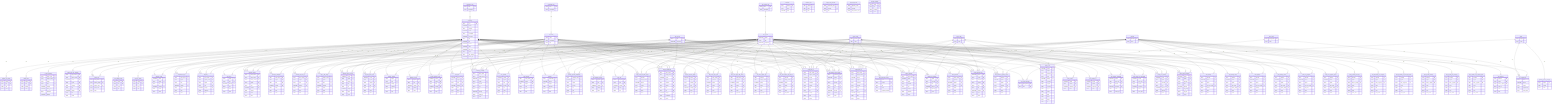
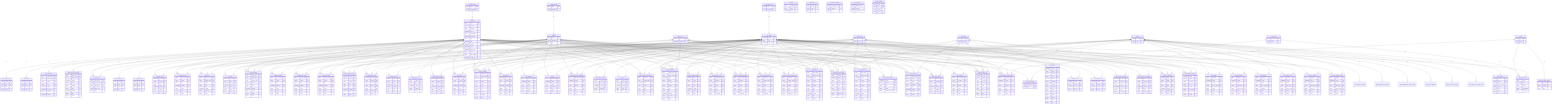
erDiagram
capacity_credit {
 INTEGER period PK
   TEXT region PK
   TEXT tech PK
   INTEGER vintage PK
   REAL credit
   TEXT notes
}
technology {
 TEXT tech PK
   INTEGER annual
   TEXT category
   INTEGER curtail
   TEXT description
   INTEGER exchange
   TEXT flag
   INTEGER flex
   INTEGER reserve
   INTEGER retire
   INTEGER seas_stor
   TEXT sector
   TEXT sub_category
   INTEGER unlim_cap
}
technology_type {
 TEXT label PK
   TEXT description
}
time_period {
 INTEGER period PK
   TEXT flag
   INTEGER sequence
}
time_period_type {
 TEXT label PK
   TEXT description
}
capacity_factor_process {
 INTEGER period PK
   TEXT region PK
   TEXT season PK
   TEXT tech PK
   TEXT tod PK
   INTEGER vintage PK
   REAL factor
   TEXT notes
}
time_of_day {
 TEXT tod PK
   INTEGER sequence
}
season_label {
 TEXT season PK
   TEXT notes
}
capacity_factor_tech {
 INTEGER period PK
   TEXT region PK
   TEXT season PK
   TEXT tech PK
   TEXT tod PK
   REAL factor
   TEXT notes
}
capacity_to_activity {
 TEXT region PK
   TEXT tech PK
   REAL c2a
   TEXT notes
}
commodity {
 TEXT name PK
   TEXT description
   TEXT flag
}
commodity_type {
 TEXT label PK
   TEXT description
}
construction_input {
 TEXT input_comm PK
   TEXT region PK
   TEXT tech PK
   INTEGER vintage PK
   TEXT notes
   TEXT units
   REAL value
}
cost_emission {
 TEXT emis_comm PK
   INTEGER period PK
   TEXT region PK
   REAL cost
   TEXT notes
   TEXT units
}
cost_fixed {
 INTEGER period PK
   TEXT region PK
   TEXT tech PK
   INTEGER vintage PK
   REAL cost
   TEXT notes
   TEXT units
}
cost_invest {
 TEXT region PK
   TEXT tech PK
   INTEGER vintage PK
   REAL cost
   TEXT notes
   TEXT units
}
cost_variable {
 INTEGER period PK
   TEXT region PK
   TEXT tech PK
   INTEGER vintage PK
   REAL cost
   TEXT notes
   TEXT units
}
demand {
 TEXT commodity PK
   INTEGER period PK
   TEXT region PK
   REAL demand
   TEXT notes
   TEXT units
}
demand_specific_distribution {
 TEXT demand_name PK
   INTEGER period PK
   TEXT region PK
   TEXT season PK
   TEXT tod PK
   REAL dsd
   TEXT notes
}
efficiency {
 TEXT input_comm PK
   TEXT output_comm PK
   TEXT region PK
   TEXT tech PK
   INTEGER vintage PK
   REAL efficiency
   TEXT notes
}
efficiency_variable {
 TEXT input_comm PK
   TEXT output_comm PK
   INTEGER period PK
   TEXT region PK
   TEXT season PK
   TEXT tech PK
   TEXT tod PK
   INTEGER vintage PK
   REAL efficiency
   TEXT notes
}
emission_activity {
 TEXT emis_comm PK
   TEXT input_comm PK
   TEXT output_comm PK
   TEXT region PK
   TEXT tech PK
   INTEGER vintage PK
   REAL activity
   TEXT notes
   TEXT units
}
emission_embodied {
 TEXT emis_comm PK
   TEXT region PK
   TEXT tech PK
   INTEGER vintage PK
   TEXT notes
   TEXT units
   REAL value
}
emission_end_of_life {
 TEXT emis_comm PK
   TEXT region PK
   TEXT tech PK
   INTEGER vintage PK
   TEXT notes
   TEXT units
   REAL value
}
end_of_life_output {
 TEXT output_comm PK
   TEXT region PK
   TEXT tech PK
   INTEGER vintage PK
   TEXT notes
   TEXT units
   REAL value
}
existing_capacity {
 TEXT region PK
   TEXT tech PK
   INTEGER vintage PK
   REAL capacity
   TEXT notes
   TEXT units
}
lifetime_process {
 TEXT region PK
   TEXT tech PK
   INTEGER vintage PK
   REAL lifetime
   TEXT notes
}
lifetime_survival_curve {
 INTEGER period PK
   TEXT region PK
   TEXT tech PK
   INTEGER vintage PK
   REAL fraction
   TEXT notes
}
lifetime_tech {
 TEXT region PK
   TEXT tech PK
   REAL lifetime
   TEXT notes
}
limit_activity {
 TEXT operator PK
   INTEGER period PK
   TEXT region PK
   TEXT tech_or_group PK
   REAL activity
   TEXT notes
   TEXT units
}
operator {
 TEXT operator PK
   TEXT notes
}
limit_activity_share {
 TEXT operator PK
   INTEGER period PK
   TEXT region PK
   TEXT sub_group PK
   TEXT super_group PK
   TEXT notes
   REAL share
}
limit_annual_capacity_factor {
 TEXT operator PK
   TEXT output_comm PK
   INTEGER period PK
   TEXT region PK
   TEXT tech PK
   REAL factor
   TEXT notes
}
limit_capacity {
 TEXT operator PK
   INTEGER period PK
   TEXT region PK
   TEXT tech_or_group PK
   REAL capacity
   TEXT notes
   TEXT units
}
limit_capacity_share {
 TEXT operator PK
   INTEGER period PK
   TEXT region PK
   TEXT sub_group PK
   TEXT super_group PK
   TEXT notes
   REAL share
}
- limit_degrowth_capacity {
-  TEXT operator PK
-    TEXT region PK
-    TEXT tech_or_group PK
-    TEXT notes
-    REAL rate
-    REAL seed
-    TEXT seed_units
- }
- limit_degrowth_new_capacity {
-  TEXT operator PK
-    TEXT region PK
-    TEXT tech_or_group PK
-    TEXT notes
-    REAL rate
-    REAL seed
-    TEXT seed_units
- }
- limit_degrowth_new_capacity_delta {
-  TEXT operator PK
-    TEXT region PK
-    TEXT tech_or_group PK
-    TEXT notes
-    REAL rate
-    REAL seed
-    TEXT seed_units
- }
limit_emission {
 TEXT emis_comm PK
   TEXT operator PK
   INTEGER period PK
   TEXT region PK
   TEXT notes
   TEXT units
   REAL value
- }
- limit_growth_capacity {
-  TEXT operator PK
-    TEXT region PK
-    TEXT tech_or_group PK
-    TEXT notes
-    REAL rate
-    REAL seed
-    TEXT seed_units
- }
- limit_growth_new_capacity {
-  TEXT operator PK
-    TEXT region PK
-    TEXT tech_or_group PK
-    TEXT notes
-    REAL rate
-    REAL seed
-    TEXT seed_units
- }
- limit_growth_new_capacity_delta {
-  TEXT operator PK
-    TEXT region PK
-    TEXT tech_or_group PK
-    TEXT notes
-    REAL rate
-    REAL seed
-    TEXT seed_units
}
limit_new_capacity {
 TEXT operator PK
   INTEGER period PK
   TEXT region PK
   TEXT tech_or_group PK
   REAL new_cap
   TEXT notes
   TEXT units
}
limit_new_capacity_share {
 TEXT operator PK
   INTEGER period PK
   TEXT region PK
   TEXT sub_group PK
   TEXT super_group PK
   TEXT notes
   REAL share
}
limit_resource {
 TEXT operator PK
   TEXT region PK
   TEXT tech_or_group PK
   REAL cum_act
   TEXT notes
   TEXT units
}
limit_seasonal_capacity_factor {
 TEXT operator PK
   INTEGER period PK
   TEXT region PK
   TEXT season PK
   TEXT tech PK
   REAL factor
   TEXT notes
}
region {
 TEXT region PK
   TEXT notes
}
limit_storage_level_fraction {
 TEXT operator PK
   INTEGER period PK
   TEXT region PK
   TEXT season PK
   TEXT tech PK
   TEXT tod PK
   INTEGER vintage PK
   REAL fraction
   TEXT notes
}
limit_tech_input_split {
 TEXT input_comm PK
   TEXT operator PK
   INTEGER period PK
   TEXT region PK
   TEXT tech PK
   TEXT notes
   REAL proportion
}
limit_tech_input_split_annual {
 TEXT input_comm PK
   TEXT operator PK
   INTEGER period PK
   TEXT region PK
   TEXT tech PK
   TEXT notes
   REAL proportion
}
limit_tech_output_split {
 TEXT operator PK
   TEXT output_comm PK
   INTEGER period PK
   TEXT region PK
   TEXT tech PK
   TEXT notes
   REAL proportion
}
limit_tech_output_split_annual {
 TEXT operator PK
   TEXT output_comm PK
   INTEGER period PK
   TEXT region PK
   TEXT tech PK
   TEXT notes
   REAL proportion
}
linked_tech {
 TEXT emis_comm PK
   TEXT primary_region PK
   TEXT primary_tech PK
   TEXT driven_tech
   TEXT notes
}
loan_lifetime_process {
 TEXT region PK
   TEXT tech PK
   INTEGER vintage PK
   REAL lifetime
   TEXT notes
}
loan_rate {
 TEXT region PK
   TEXT tech PK
   INTEGER vintage PK
   TEXT notes
   REAL rate
}
metadata {
 TEXT element PK
   TEXT notes
   INTEGER value
}
metadata_real {
 TEXT element PK
   TEXT notes
   REAL value
}
myopic_efficiency {
 TEXT input_comm PK
   TEXT output_comm PK
   TEXT region PK
   TEXT tech PK
   INTEGER vintage PK
   INTEGER base_year
   REAL efficiency
   INTEGER lifetime
}
output_built_capacity {
 TEXT region PK
   TEXT scenario PK
   TEXT tech PK
   INTEGER vintage PK
   REAL capacity
   TEXT sector
}
sector_label {
 TEXT sector PK
   TEXT notes
}
output_cost {
 INTEGER period PK
   TEXT region PK
   TEXT scenario PK
   TEXT tech PK
   INTEGER vintage PK
   REAL d_emiss
   REAL d_fixed
   REAL d_invest
   REAL d_var
   REAL emiss
   REAL fixed
   REAL invest
   TEXT sector
   REAL var
}
output_curtailment {
 TEXT input_comm PK
   TEXT output_comm PK
   INTEGER period PK
   TEXT region PK
   TEXT scenario PK
   TEXT season PK
   TEXT tech PK
   TEXT tod PK
   INTEGER vintage PK
   REAL curtailment
   TEXT sector
}
output_dual_variable {
 TEXT constraint_name PK
   TEXT scenario PK
   REAL dual
}
output_emission {
 TEXT emis_comm PK
   INTEGER period PK
   TEXT region PK
   TEXT scenario PK
   TEXT tech PK
   INTEGER vintage PK
   REAL emission
   TEXT sector
}
output_flow_in {
 TEXT input_comm PK
   TEXT output_comm PK
   INTEGER period PK
   TEXT region PK
   TEXT scenario PK
   TEXT season PK
   TEXT tech PK
   TEXT tod PK
   INTEGER vintage PK
   REAL flow
   TEXT sector
}
output_flow_out {
 TEXT input_comm PK
   TEXT output_comm PK
   INTEGER period PK
   TEXT region PK
   TEXT scenario PK
   TEXT season PK
   TEXT tech PK
   TEXT tod PK
   INTEGER vintage PK
   REAL flow
   TEXT sector
}
output_flow_out_summary {
 TEXT input_comm PK
   TEXT output_comm PK
   INTEGER period PK
   TEXT region PK
   TEXT scenario PK
   TEXT tech PK
   INTEGER vintage PK
   REAL flow
   TEXT sector
}
output_net_capacity {
 INTEGER period PK
   TEXT region PK
   TEXT scenario PK
   TEXT tech PK
   INTEGER vintage PK
   REAL capacity
   TEXT sector
}
output_objective {
 TEXT objective_name
   TEXT scenario
   REAL total_system_cost
}
output_retired_capacity {
 INTEGER period PK
   TEXT region PK
   TEXT scenario PK
   TEXT tech PK
   INTEGER vintage PK
   REAL cap_early
   REAL cap_eol
   TEXT sector
}
output_storage_level {
 INTEGER period PK
   TEXT region PK
   TEXT scenario PK
   TEXT season PK
   TEXT tech PK
   TEXT tod PK
   INTEGER vintage PK
   REAL level
   TEXT sector
}
planning_reserve_margin {
 TEXT region PK
   REAL margin
   TEXT notes
}
ramp_down_hourly {
 TEXT region PK
   TEXT tech PK
   TEXT notes
   REAL rate
}
ramp_up_hourly {
 TEXT region PK
   TEXT tech PK
   TEXT notes
   REAL rate
}
reserve_capacity_derate {
 INTEGER period PK
   TEXT region PK
   TEXT season PK
   TEXT tech PK
   INTEGER vintage PK
   REAL factor
   TEXT notes
}
rps_requirement {
 TEXT notes
   INTEGER period
   TEXT region
   REAL requirement
   TEXT tech_group
}
tech_group {
 TEXT group_name PK
   TEXT notes
}
storage_duration {
 TEXT region PK
   TEXT tech PK
   REAL duration
   TEXT notes
}
tech_group_member {
 TEXT group_name PK
   TEXT tech PK
}
time_season {
 INTEGER period PK
   TEXT season PK
   INTEGER sequence PK
   TEXT notes
}
time_season_all {
 INTEGER period PK
   TEXT season PK
   INTEGER sequence PK
   TEXT notes
}
time_season_sequential {
 INTEGER period PK
   TEXT seas_seq PK
   TEXT season PK
   INTEGER sequence PK
   TEXT notes
   REAL num_days
}
time_season_to_sequential {
 INTEGER period PK
   TEXT seas_seq PK
   TEXT season PK
   INTEGER sequence PK
   TEXT notes
   REAL num_days
}
time_segment_fraction {
 INTEGER period PK
   TEXT season PK
   TEXT tod PK
   TEXT notes
   REAL segment_fraction
}
technology one or zero--0+ capacity_credit : has
time_period one or zero--0+ capacity_credit : has
technology_type 1--0+ technology : has
time_period_type one or zero--0+ time_period : has
technology one or zero--0+ capacity_factor_process : has
time_of_day one or zero--0+ capacity_factor_process : has
time_period one or zero--0+ capacity_factor_process : has
season_label one or zero--0+ capacity_factor_process : has
season_label one or zero--0+ capacity_factor_tech : has
time_period one or zero--0+ capacity_factor_tech : has
time_of_day one or zero--0+ capacity_factor_tech : has
technology one or zero--0+ capacity_factor_tech : has
technology one or zero--0+ capacity_to_activity : has
commodity_type one or zero--0+ commodity : has
time_period one or zero--0+ construction_input : has
commodity one or zero--0+ construction_input : has
technology one or zero--0+ construction_input : has
time_period one or zero--0+ cost_emission : has
commodity 1--0+ cost_emission : has
time_period 1--0+ cost_fixed : has
technology 1--0+ cost_fixed : has
time_period 1--0+ cost_fixed : has
technology one or zero--0+ cost_invest : has
time_period one or zero--0+ cost_invest : has
time_period 1--0+ cost_variable : has
time_period 1--0+ cost_variable : has
technology 1--0+ cost_variable : has
time_period one or zero--0+ demand : has
commodity one or zero--0+ demand : has
time_period one or zero--0+ demand_specific_distribution : has
season_label one or zero--0+ demand_specific_distribution : has
time_of_day one or zero--0+ demand_specific_distribution : has
commodity one or zero--0+ demand_specific_distribution : has
commodity one or zero--0+ efficiency : has
technology one or zero--0+ efficiency : has
time_period one or zero--0+ efficiency : has
commodity one or zero--0+ efficiency : has
time_period one or zero--0+ efficiency_variable : has
season_label one or zero--0+ efficiency_variable : has
time_of_day one or zero--0+ efficiency_variable : has
commodity one or zero--0+ efficiency_variable : has
technology one or zero--0+ efficiency_variable : has
time_period one or zero--0+ efficiency_variable : has
commodity one or zero--0+ efficiency_variable : has
commodity one or zero--0+ emission_activity : has
commodity one or zero--0+ emission_activity : has
technology one or zero--0+ emission_activity : has
time_period one or zero--0+ emission_activity : has
commodity one or zero--0+ emission_activity : has
commodity one or zero--0+ emission_embodied : has
technology one or zero--0+ emission_embodied : has
time_period one or zero--0+ emission_embodied : has
time_period one or zero--0+ emission_end_of_life : has
commodity one or zero--0+ emission_end_of_life : has
technology one or zero--0+ emission_end_of_life : has
technology one or zero--0+ end_of_life_output : has
commodity one or zero--0+ end_of_life_output : has
time_period one or zero--0+ end_of_life_output : has
time_period one or zero--0+ existing_capacity : has
technology one or zero--0+ existing_capacity : has
technology one or zero--0+ lifetime_process : has
time_period one or zero--0+ lifetime_process : has
time_period 1--0+ lifetime_survival_curve : has
technology 1--0+ lifetime_survival_curve : has
technology one or zero--0+ lifetime_tech : has
time_period one or zero--0+ limit_activity : has
operator 1--0+ limit_activity : has
time_period one or zero--0+ limit_activity_share : has
operator 1--0+ limit_activity_share : has
operator 1--0+ limit_annual_capacity_factor : has
time_period one or zero--0+ limit_annual_capacity_factor : has
technology one or zero--0+ limit_annual_capacity_factor : has
commodity one or zero--0+ limit_annual_capacity_factor : has
operator 1--0+ limit_capacity : has
time_period one or zero--0+ limit_capacity : has
time_period one or zero--0+ limit_capacity_share : has
operator 1--0+ limit_capacity_share : has
operator 1--0+ limit_degrowth_capacity : has
operator 1--0+ limit_degrowth_new_capacity : has
operator 1--0+ limit_degrowth_new_capacity_delta : has
commodity one or zero--0+ limit_emission : has
operator 1--0+ limit_emission : has
time_period one or zero--0+ limit_emission : has
operator 1--0+ limit_growth_capacity : has
operator 1--0+ limit_growth_new_capacity : has
operator 1--0+ limit_growth_new_capacity_delta : has
time_period one or zero--0+ limit_new_capacity : has
operator 1--0+ limit_new_capacity : has
operator 1--0+ limit_new_capacity_share : has
time_period one or zero--0+ limit_new_capacity_share : has
operator 1--0+ limit_resource : has
region one or zero--0+ limit_seasonal_capacity_factor : has
time_period one or zero--0+ limit_seasonal_capacity_factor : has
season_label one or zero--0+ limit_seasonal_capacity_factor : has
technology one or zero--0+ limit_seasonal_capacity_factor : has
operator 1--0+ limit_seasonal_capacity_factor : has
time_of_day one or zero--0+ limit_storage_level_fraction : has
technology one or zero--0+ limit_storage_level_fraction : has
time_period one or zero--0+ limit_storage_level_fraction : has
operator 1--0+ limit_storage_level_fraction : has
time_period one or zero--0+ limit_storage_level_fraction : has
season_label one or zero--0+ limit_storage_level_fraction : has
technology one or zero--0+ limit_tech_input_split : has
operator 1--0+ limit_tech_input_split : has
time_period one or zero--0+ limit_tech_input_split : has
commodity one or zero--0+ limit_tech_input_split : has
technology one or zero--0+ limit_tech_input_split_annual : has
operator 1--0+ limit_tech_input_split_annual : has
time_period one or zero--0+ limit_tech_input_split_annual : has
commodity one or zero--0+ limit_tech_input_split_annual : has
commodity one or zero--0+ limit_tech_output_split : has
operator 1--0+ limit_tech_output_split : has
time_period one or zero--0+ limit_tech_output_split : has
technology one or zero--0+ limit_tech_output_split : has
commodity one or zero--0+ limit_tech_output_split_annual : has
operator 1--0+ limit_tech_output_split_annual : has
time_period one or zero--0+ limit_tech_output_split_annual : has
technology one or zero--0+ limit_tech_output_split_annual : has
commodity one or zero--0+ linked_tech : has
technology one or zero--0+ linked_tech : has
technology one or zero--0+ linked_tech : has
technology one or zero--0+ loan_lifetime_process : has
time_period one or zero--0+ loan_lifetime_process : has
technology one or zero--0+ loan_rate : has
time_period one or zero--0+ loan_rate : has
technology one or zero--0+ myopic_efficiency : has
sector_label one or zero--0+ output_built_capacity : has
technology one or zero--0+ output_built_capacity : has
time_period one or zero--0+ output_built_capacity : has
time_period one or zero--0+ output_cost : has
sector_label one or zero--0+ output_cost : has
time_period one or zero--0+ output_cost : has
technology one or zero--0+ output_cost : has
time_of_day one or zero--0+ output_curtailment : has
commodity one or zero--0+ output_curtailment : has
technology one or zero--0+ output_curtailment : has
time_period one or zero--0+ output_curtailment : has
commodity one or zero--0+ output_curtailment : has
time_period one or zero--0+ output_curtailment : has
time_period one or zero--0+ output_curtailment : has
sector_label one or zero--0+ output_emission : has
time_period one or zero--0+ output_emission : has
commodity one or zero--0+ output_emission : has
technology one or zero--0+ output_emission : has
time_period one or zero--0+ output_emission : has
sector_label one or zero--0+ output_flow_in : has
time_period one or zero--0+ output_flow_in : has
season_label one or zero--0+ output_flow_in : has
time_of_day one or zero--0+ output_flow_in : has
commodity one or zero--0+ output_flow_in : has
technology one or zero--0+ output_flow_in : has
time_period one or zero--0+ output_flow_in : has
commodity one or zero--0+ output_flow_in : has
technology one or zero--0+ output_flow_out : has
time_period one or zero--0+ output_flow_out : has
commodity one or zero--0+ output_flow_out : has
sector_label one or zero--0+ output_flow_out : has
time_period one or zero--0+ output_flow_out : has
season_label one or zero--0+ output_flow_out : has
time_of_day one or zero--0+ output_flow_out : has
commodity one or zero--0+ output_flow_out : has
technology 1--0+ output_flow_out_summary : has
technology one or zero--0+ output_net_capacity : has
time_period one or zero--0+ output_net_capacity : has
sector_label one or zero--0+ output_net_capacity : has
time_period one or zero--0+ output_net_capacity : has
technology one or zero--0+ output_retired_capacity : has
time_period one or zero--0+ output_retired_capacity : has
sector_label one or zero--0+ output_retired_capacity : has
time_period one or zero--0+ output_retired_capacity : has
technology one or zero--0+ output_storage_level : has
time_period one or zero--0+ output_storage_level : has
sector_label one or zero--0+ output_storage_level : has
time_period one or zero--0+ output_storage_level : has
season_label one or zero--0+ output_storage_level : has
time_of_day one or zero--0+ output_storage_level : has
region one or zero--1 planning_reserve_margin : has
technology one or zero--0+ ramp_down_hourly : has
technology one or zero--0+ ramp_up_hourly : has
technology one or zero--0+ reserve_capacity_derate : has
time_period one or zero--0+ reserve_capacity_derate : has
season_label one or zero--0+ reserve_capacity_derate : has
time_period 1--0+ rps_requirement : has
tech_group 1--0+ rps_requirement : has
region 1--0+ rps_requirement : has
tech_group one or zero--0+ tech_group_member : has
technology one or zero--0+ tech_group_member : has
time_period one or zero--0+ time_season : has
season_label one or zero--0+ time_season : has
season_label one or zero--0+ time_season_all : has
time_period one or zero--0+ time_season_all : has
time_period one or zero--0+ time_season_sequential : has
season_label one or zero--0+ time_season_sequential : has
season_label one or zero--0+ time_season_to_sequential : has
time_period one or zero--0+ time_season_to_sequential : has
time_period one or zero--0+ time_segment_fraction : has
season_label one or zero--0+ time_segment_fraction : has
time_of_day one or zero--0+ time_segment_fraction : has
